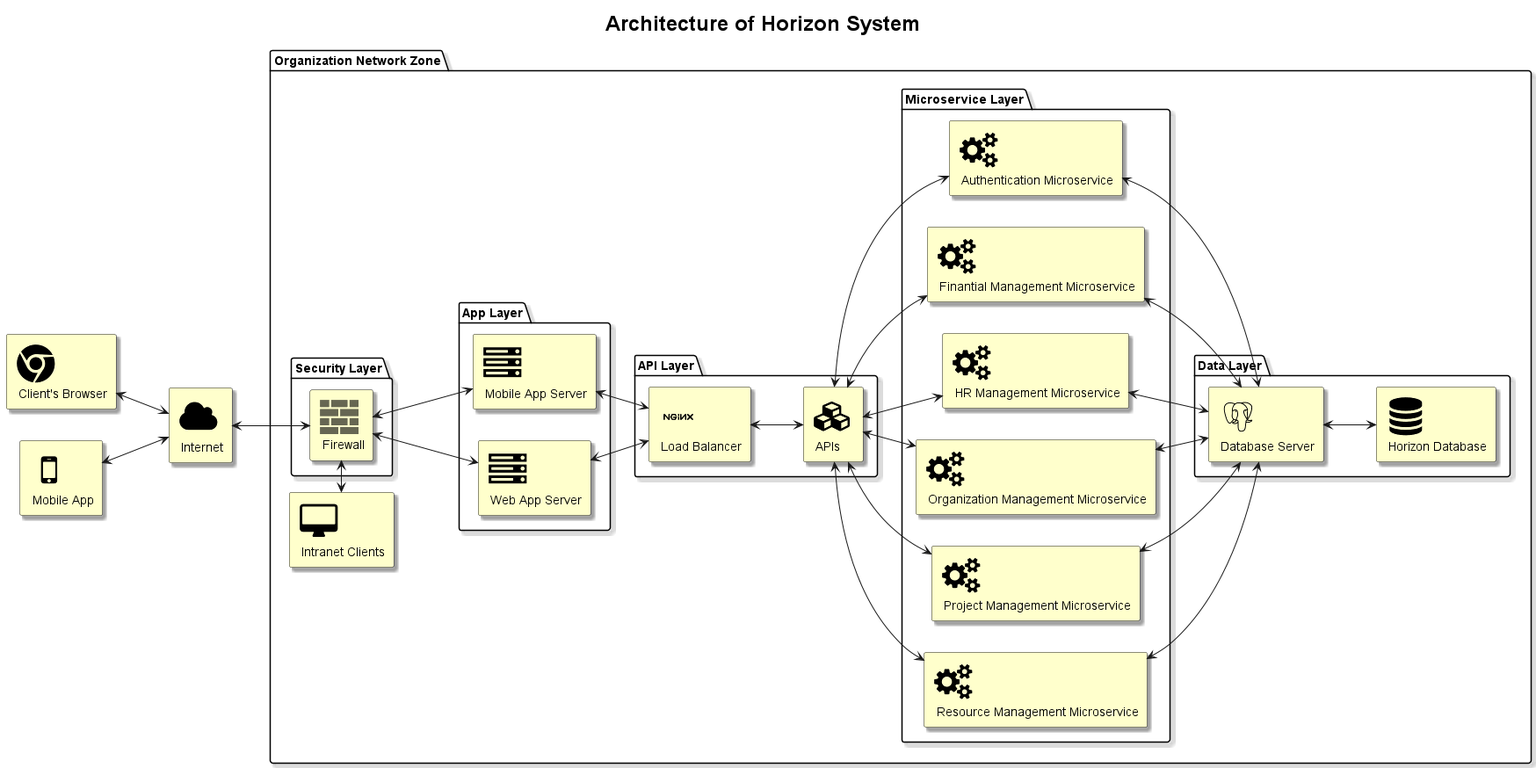
This is HorizonModeling/HorizonUml/out/Architecture/ArchitectureDiagram.png from mahyaresteki/Horizon, a PlantUML export, as it was before one commit.
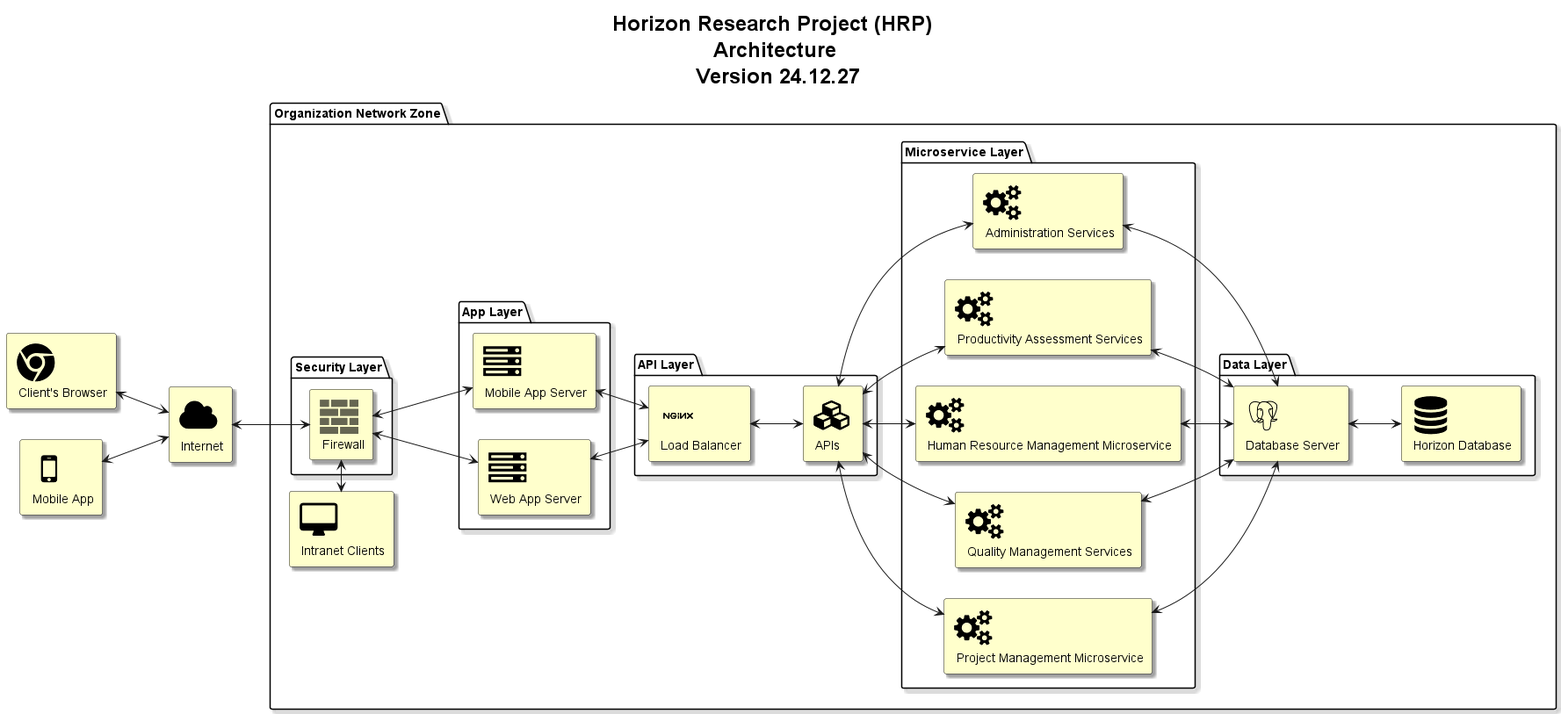
After the change.

Change to the diagram source:
```diff
@@ -19,16 +19,15 @@
 !include <tupadr3/devicons/nginx>
 !include <office/Concepts/firewall_orange>
 
-title Architecture of Horizon System
+title Horizon Research Project (HRP) \n Architecture \n Version 24.12.27
 
 package "Organization Network Zone" as HorizonSystem{
     package "Microservice Layer" as microserviceLayer{
-        FA_COGS(authMicroservice, "Authentication Microservice") #BUSINESS
-        FA_COGS(financialMicroservice, "Finantial Management Microservice") #BUSINESS
-        FA_COGS(hrMicroservice, "HR Management Microservice") #BUSINESS
-        FA_COGS(organizationMicroservice, "Organization Management Microservice") #BUSINESS
-        FA_COGS(projectMicroservice, "Project Management Microservice") #BUSINESS
-        FA_COGS(resourceMicroservice, "Resource Management Microservice") #BUSINESS
+        FA_COGS(adminService, "Administration Services") #BUSINESS
+        FA_COGS(paService, "Productivity Assessment Services") #BUSINESS
+        FA_COGS(hrService, "Human Resource Management Microservice") #BUSINESS
+        FA_COGS(qcService, "Quality Management Services") #BUSINESS
+        FA_COGS(projectService, "Project Management Microservice") #BUSINESS
     }
     package "API Layer" as apiLayer{
         DEV_NGINX(webServer1, "Load Balancer") #BUSINESS
@@ -60,18 +59,16 @@
 firewall <--> webAppServer
 databaseServer <--> database
 webServer1 <--> apis
-apis <--> authMicroservice
-apis <--> financialMicroservice
-apis <--> hrMicroservice
-apis <--> organizationMicroservice
-apis <--> projectMicroservice
-apis <--> resourceMicroservice
-authMicroservice <--> databaseServer
-financialMicroservice <--> databaseServer
-hrMicroservice <--> databaseServer
-organizationMicroservice <--> databaseServer
-projectMicroservice <--> databaseServer
-resourceMicroservice <--> databaseServer
+apis <--> adminService
+apis <--> paService
+apis <--> hrService
+apis <--> qcService
+apis <--> projectService
+adminService <--> databaseServer
+paService <--> databaseServer
+hrService <--> databaseServer
+qcService <--> databaseServer
+projectService <--> databaseServer
 mobileAppServer <--> webServer1
 webAppServer <--> webServer1
 userStation <-> firewall
```
